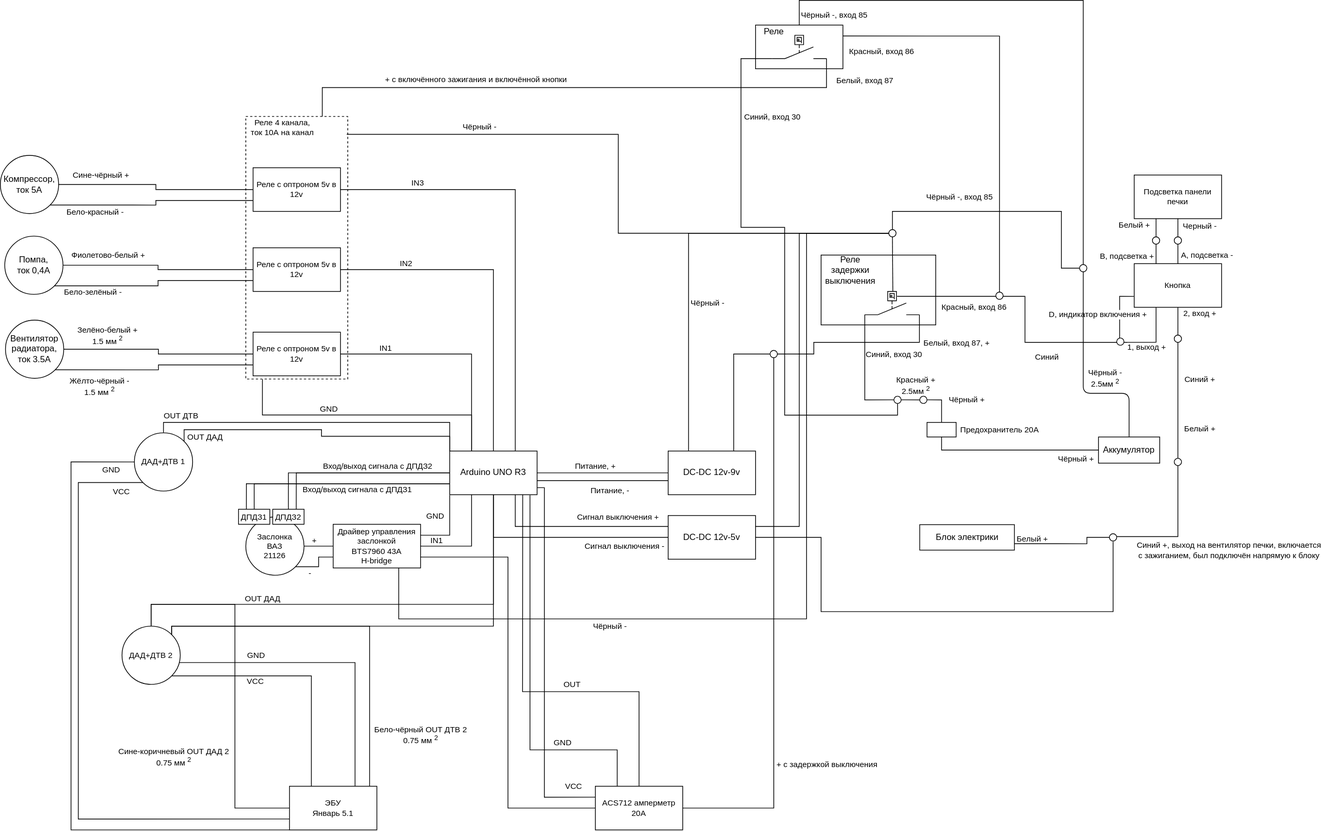
Earlier version of the draw.io export electrical_scheme.drawio.svg (kak-tus/compressor). Source tidied: cells renumbered, new cells last; positions are measured from the earlier drawing's top-left corner, leaving out a move shared by most shapes.
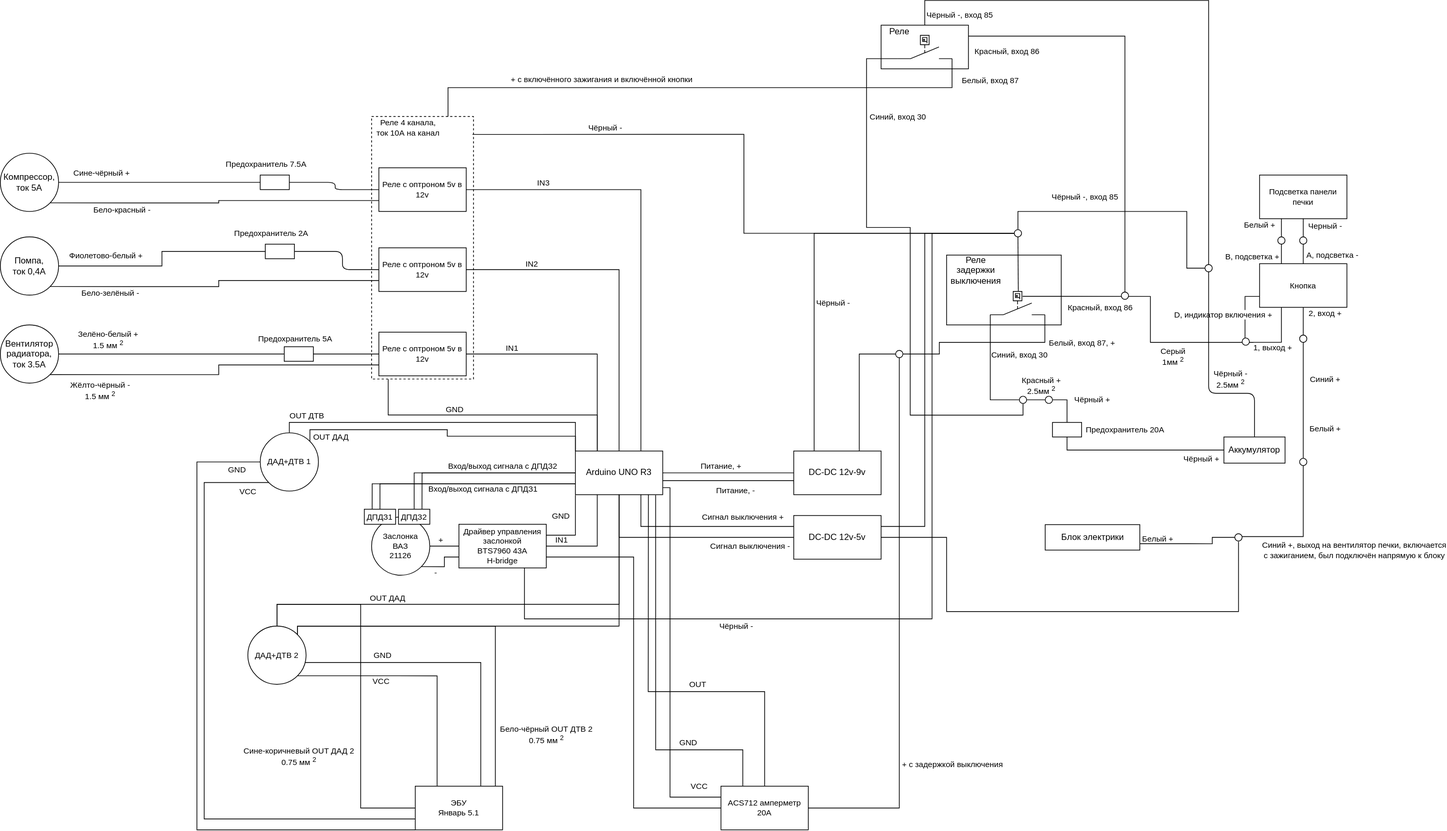
After the commit.

Diff of the diagram source:
```diff
@@ -55,7 +55,7 @@
         <mxPoint x="12" y="16" as="offset" />
       </mxGeometry>
     </mxCell>
-    <mxCell id="13" value="Синий" style="edgeLabel;html=1;align=center;verticalAlign=middle;fontSize=11;fontFamily=Helvetica;fontColor=default;" parent="11" vertex="1">
+    <mxCell id="13" value="Серый&lt;br&gt;1мм&lt;sup style=&quot;border-color: var(--border-color);&quot;&gt;2&lt;/sup&gt;" style="edgeLabel;html=1;align=center;verticalAlign=middle;fontSize=11;fontFamily=Helvetica;fontColor=default;" parent="11" vertex="1">
       <mxGeometry x="-0.36" y="1" relative="1" as="geometry">
         <mxPoint x="20" y="19" as="offset" />
       </mxGeometry>
@@ -215,9 +215,9 @@
       <mxGeometry x="1227" y="544" width="10" height="10" as="geometry" />
     </mxCell>
     <mxCell id="49" value="Компрессор,&lt;br&gt;ток 5А" style="ellipse;whiteSpace=wrap;html=1;" parent="1" vertex="1">
-      <mxGeometry y="213" width="80" height="80" as="geometry" />
+      <mxGeometry x="-173" y="210" width="80" height="80" as="geometry" />
     </mxCell>
-    <mxCell id="50" style="edgeStyle=orthogonalEdgeStyle;shape=connector;rounded=0;jettySize=auto;html=1;exitX=1;exitY=0.5;exitDx=0;exitDy=0;entryX=0;entryY=0.5;entryDx=0;entryDy=0;labelBackgroundColor=default;strokeColor=default;fontFamily=Helvetica;fontSize=11;fontColor=default;endArrow=none;endFill=0;" parent="1" edge="1" source="53" target="99">
+    <mxCell id="50" style="edgeStyle=orthogonalEdgeStyle;shape=connector;rounded=0;jettySize=auto;html=1;exitX=1;exitY=0.5;exitDx=0;exitDy=0;entryX=0;entryY=0.5;entryDx=0;entryDy=0;labelBackgroundColor=default;strokeColor=default;fontFamily=Helvetica;fontSize=11;fontColor=default;endArrow=none;endFill=0;" parent="1" edge="1" source="53" target="175">
       <mxGeometry relative="1" as="geometry" />
     </mxCell>
     <mxCell id="51" value="Зелёно-белый +&lt;br&gt;1.5 мм&lt;sup&gt;2&lt;/sup&gt;" style="edgeLabel;html=1;align=center;verticalAlign=middle;" parent="50" vertex="1">
@@ -231,10 +231,10 @@
       </mxGeometry>
     </mxCell>
     <mxCell id="53" value="Вентилятор&lt;br&gt;радиатора,&lt;br&gt;ток 3.5А" style="ellipse;whiteSpace=wrap;html=1;" parent="1" vertex="1">
-      <mxGeometry x="7" y="439.4" width="80" height="80" as="geometry" />
+      <mxGeometry x="-173" y="446" width="80" height="80" as="geometry" />
     </mxCell>
     <mxCell id="54" value="Помпа,&lt;br&gt;ток 0,4А" style="ellipse;whiteSpace=wrap;html=1;" parent="1" vertex="1">
-      <mxGeometry x="6" y="324" width="80" height="80" as="geometry" />
+      <mxGeometry x="-173" y="325" width="80" height="80" as="geometry" />
     </mxCell>
     <mxCell id="55" style="edgeStyle=orthogonalEdgeStyle;shape=connector;rounded=0;jettySize=auto;html=1;exitX=0.5;exitY=0;exitDx=0;exitDy=0;entryX=1;entryY=0.5;entryDx=0;entryDy=0;labelBackgroundColor=default;strokeColor=default;fontFamily=Helvetica;fontSize=11;fontColor=default;endArrow=none;endFill=0;" parent="1" edge="1" source="81" target="104">
       <mxGeometry relative="1" as="geometry" />
@@ -459,7 +459,7 @@
     <mxCell id="99" value="Реле с оптроном 5v в 12v" style="rounded=0;whiteSpace=wrap;html=1;fontFamily=Helvetica;fontSize=11;fontColor=default;" parent="1" vertex="1">
       <mxGeometry x="347" y="456" width="120" height="60" as="geometry" />
     </mxCell>
-    <mxCell id="100" style="edgeStyle=orthogonalEdgeStyle;shape=connector;rounded=0;jettySize=auto;html=1;exitX=0;exitY=0.5;exitDx=0;exitDy=0;entryX=1;entryY=0.5;entryDx=0;entryDy=0;labelBackgroundColor=default;strokeColor=default;fontFamily=Helvetica;fontSize=11;fontColor=default;endArrow=none;endFill=0;" parent="1" edge="1" source="104" target="54">
+    <mxCell id="100" style="edgeStyle=orthogonalEdgeStyle;shape=connector;rounded=0;jettySize=auto;html=1;exitX=0;exitY=0.5;exitDx=0;exitDy=0;entryX=1;entryY=0.5;entryDx=0;entryDy=0;labelBackgroundColor=default;strokeColor=default;fontFamily=Helvetica;fontSize=11;fontColor=default;endArrow=none;endFill=0;" parent="1" edge="1" source="172" target="54">
       <mxGeometry relative="1" as="geometry" />
     </mxCell>
     <mxCell id="101" value="Фиолетово-белый +" style="edgeLabel;html=1;align=center;verticalAlign=middle;" parent="100" vertex="1">
@@ -478,7 +478,7 @@
     <mxCell id="104" value="Реле с оптроном 5v в 12v" style="rounded=0;whiteSpace=wrap;html=1;fontFamily=Helvetica;fontSize=11;fontColor=default;" parent="1" vertex="1">
       <mxGeometry x="347" y="340" width="120" height="60" as="geometry" />
     </mxCell>
-    <mxCell id="105" style="edgeStyle=orthogonalEdgeStyle;shape=connector;rounded=0;jettySize=auto;html=1;exitX=0;exitY=0.5;exitDx=0;exitDy=0;entryX=1;entryY=0.5;entryDx=0;entryDy=0;labelBackgroundColor=default;strokeColor=default;fontFamily=Helvetica;fontSize=11;fontColor=default;endArrow=none;endFill=0;" parent="1" edge="1" source="109" target="49">
+    <mxCell id="105" style="edgeStyle=orthogonalEdgeStyle;shape=connector;rounded=0;jettySize=auto;html=1;exitX=0;exitY=0.5;exitDx=0;exitDy=0;entryX=1;entryY=0.5;entryDx=0;entryDy=0;labelBackgroundColor=default;strokeColor=default;fontFamily=Helvetica;fontSize=11;fontColor=default;endArrow=none;endFill=0;" parent="1" edge="1" source="169" target="49">
       <mxGeometry relative="1" as="geometry" />
     </mxCell>
     <mxCell id="106" value="Сине-чёрный +" style="edgeLabel;html=1;align=center;verticalAlign=middle;" parent="105" vertex="1">
@@ -767,5 +767,46 @@
     <mxCell id="167" style="ellipse;whiteSpace=wrap;html=1;fontFamily=Helvetica;fontSize=11;fontColor=default;" parent="1" vertex="1">
       <mxGeometry x="1482" y="363" width="10" height="10" as="geometry" />
     </mxCell>
+    <mxCell id="168" style="edgeStyle=none;shape=connector;rounded=1;html=1;exitX=1;exitY=0.5;exitDx=0;exitDy=0;entryX=0;entryY=0.5;entryDx=0;entryDy=0;labelBackgroundColor=default;strokeColor=default;fontFamily=Helvetica;fontSize=11;fontColor=default;endArrow=none;endFill=0;" parent="1" edge="1" source="169" target="109">
+      <mxGeometry relative="1" as="geometry">
+        <Array as="points">
+          <mxPoint x="287" y="250" />
+          <mxPoint x="287" y="260" />
+        </Array>
+      </mxGeometry>
+    </mxCell>
+    <mxCell id="169" style="rounded=0;whiteSpace=wrap;html=1;fontFamily=Helvetica;fontSize=11;fontColor=default;" parent="1" vertex="1">
+      <mxGeometry x="184" y="240" width="40" height="20" as="geometry" />
+    </mxCell>
+    <mxCell id="170" value="Предохранитель 7.5А" style="text;html=1;align=center;verticalAlign=middle;strokeColor=none;fillColor=none;fontSize=11;fontFamily=Helvetica;fontColor=default;" parent="1" vertex="1">
+      <mxGeometry x="127" y="210" width="130" height="30" as="geometry" />
+    </mxCell>
+    <mxCell id="171" style="edgeStyle=none;html=1;exitX=1;exitY=0.5;exitDx=0;exitDy=0;entryX=0;entryY=0.5;entryDx=0;entryDy=0;endArrow=none;endFill=0;" parent="1" edge="1" source="172" target="104">
+      <mxGeometry relative="1" as="geometry">
+        <Array as="points">
+          <mxPoint x="297" y="345" />
+          <mxPoint x="297" y="370" />
+        </Array>
+      </mxGeometry>
+    </mxCell>
+    <mxCell id="172" style="rounded=0;whiteSpace=wrap;html=1;fontFamily=Helvetica;fontSize=11;fontColor=default;" parent="1" vertex="1">
+      <mxGeometry x="191" y="335" width="40" height="20" as="geometry" />
+    </mxCell>
+    <mxCell id="173" value="Предохранитель 2А" style="text;html=1;align=center;verticalAlign=middle;strokeColor=none;fillColor=none;fontSize=11;fontFamily=Helvetica;fontColor=default;" parent="1" vertex="1">
+      <mxGeometry x="134" y="305" width="130" height="30" as="geometry" />
+    </mxCell>
+    <mxCell id="174" style="edgeStyle=none;shape=connector;rounded=1;html=1;exitX=1;exitY=0.5;exitDx=0;exitDy=0;entryX=0;entryY=0.5;entryDx=0;entryDy=0;labelBackgroundColor=default;strokeColor=default;fontFamily=Helvetica;fontSize=11;fontColor=default;endArrow=none;endFill=0;" parent="1" edge="1" source="175" target="99">
+      <mxGeometry relative="1" as="geometry">
+        <Array as="points">
+          <mxPoint x="307" y="486" />
+        </Array>
+      </mxGeometry>
+    </mxCell>
+    <mxCell id="175" style="rounded=0;whiteSpace=wrap;html=1;fontFamily=Helvetica;fontSize=11;fontColor=default;" parent="1" vertex="1">
+      <mxGeometry x="217" y="476" width="40" height="20" as="geometry" />
+    </mxCell>
+    <mxCell id="176" value="Предохранитель 5А" style="text;html=1;align=center;verticalAlign=middle;strokeColor=none;fillColor=none;fontSize=11;fontFamily=Helvetica;fontColor=default;" parent="1" vertex="1">
+      <mxGeometry x="167" y="450" width="130" height="30" as="geometry" />
+    </mxCell>
   </root>
 </mxGraphModel>
```
